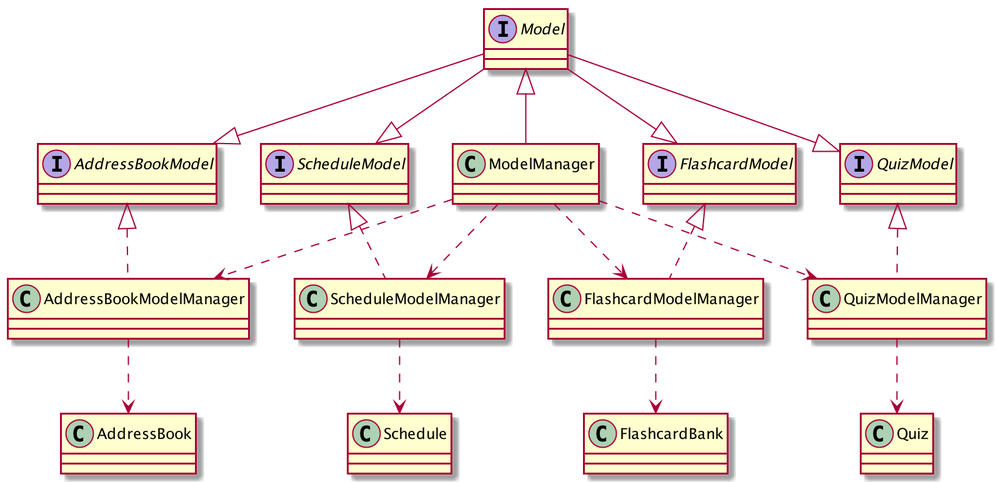
petrickjerico/tp keeps this PlantUML diagram as docs/images/ModelArchitectureDiagram.png. Above is the earlier version. Its source is kept beside it as docs/diagrams/ModelArchitectureDiagram.puml. Its diagram source:
```plantuml
@startuml

interface Model
interface AddressBookModel
class AddressBookModelManager
interface ScheduleModel
class ScheduleModelManager
interface FlashcardModel
class FlashcardModelManager
interface QuizModel
class QuizModelManager


class AddressBook
class Schedule
class FlashcardBank
class Quiz

Model --|> AddressBookModel
Model --|> ScheduleModel
Model --|> FlashcardModel
Model --|> QuizModel

AddressBookModel <|.. AddressBookModelManager
ScheduleModel <|.. ScheduleModelManager
FlashcardModel <|.. FlashcardModelManager
QuizModel <|.. QuizModelManager

AddressBookModelManager ..> AddressBook
ScheduleModelManager ..> Schedule
FlashcardModelManager ..> FlashcardBank
QuizModelManager ..> Quiz

ModelManager ..> AddressBookModelManager
ModelManager ..> ScheduleModelManager
ModelManager ..> FlashcardModelManager
ModelManager ..> QuizModelManager
Model <|-- ModelManager

AddressBookModel : ReadOnlyAddressBook getAddressBook()
AddressBookModel : void setAddressBook(ReadOnlyAddressBook addressBook)
AddressBookModel : boolean hasPerson()
AddressBookModel : void deletePerson(Person p)
AddressBookModel : void addPerson(Person person)
AddressBookModel : void setPerson(Person target, Person editedPerson)
AddressBookModel :  ObservableList<Person> getFilteredPersonList()
AddressBookModel : void updateFilteredPersonList(Predicate<Person> predicate)

ScheduleModel : ReadOnlySchedule getSchedule()
ScheduleModel : boolean hasTask(Task task)
ScheduleModel : void deleteTask(Task target)
ScheduleModel : void addTask(Task task)
ScheduleModel : void setTask(Task target, Task editedTask)
ScheduleModel : ObservableList<Task> getFilteredTaskList()
ScheduleModel : void updateFilteredTaskList(Predicate<Task> predicate)

FlashcardModel : void setFlashcardBank(ReadOnlyFlashcardBank flashcardBank)
FlashcardModel : ReadOnlyFlashcardBank getFlashcardBank()
FlashcardModel : boolean hasFlashcardSet(FlashcardSet flashcardSet)
FlashcardModel : void deleteFlashcardSet(FlashcardSet target)
FlashcardModel : void addFlashcardSet(FlashcardSet flashcardSet)
FlashcardModel : void setFlashcardSet(FlashcardSet target, FlashcardSet editedFlashcardSet)
FlashcardModel : ObservableList<FlashcardSet> getFlashcardSetList()
FlashcardModel : void updateFilteredFlashcardSetList(Predicate<FlashcardSet> predicate)
FlashcardModel : void addFlashcard(Flashcard flashcard, Index flashcardSetIndex)
FlashcardModel : FlashcardSet getFlashcardSet(int index)

QuizModel : Question start(Quiz quiz)
QuizModel : boolean hasStarted()
QuizModel : void tallyScore(boolean isCorrect)
QuizModel : Question getQuestion()
QuizModel : Answer getAnswer()
QuizModel : double stopQuiz()
QuizModel : String getQuizRecords(int index)



@enduml
```
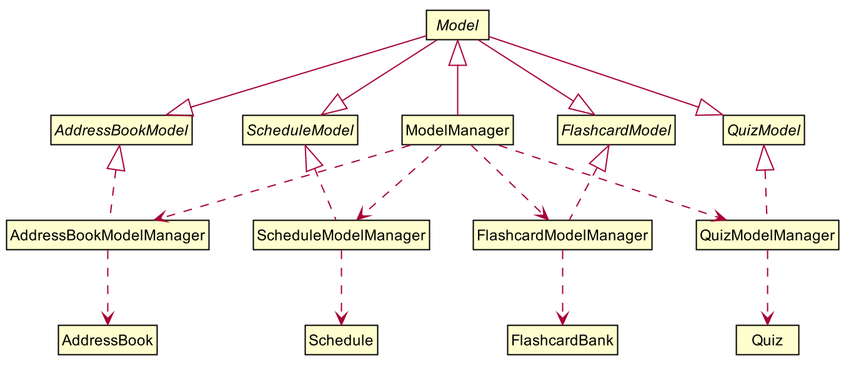
The same diagram one commit later.

What changed in the source:
```diff
@@ -1,4 +1,8 @@
 @startuml
+
+!include style.puml
+skinparam ClassFontColor #000000
+skinparam ClassBorderColor #000000
 
 interface Model
 interface AddressBookModel
@@ -10,11 +14,6 @@
 interface QuizModel
 class QuizModelManager
 
-
-class AddressBook
-class Schedule
-class FlashcardBank
-class Quiz
 
 Model --|> AddressBookModel
 Model --|> ScheduleModel
@@ -37,41 +36,6 @@
 ModelManager ..> QuizModelManager
 Model <|-- ModelManager
 
-AddressBookModel : ReadOnlyAddressBook getAddressBook()
-AddressBookModel : void setAddressBook(ReadOnlyAddressBook addressBook)
-AddressBookModel : boolean hasPerson()
-AddressBookModel : void deletePerson(Person p)
-AddressBookModel : void addPerson(Person person)
-AddressBookModel : void setPerson(Person target, Person editedPerson)
-AddressBookModel :  ObservableList<Person> getFilteredPersonList()
-AddressBookModel : void updateFilteredPersonList(Predicate<Person> predicate)
-
-ScheduleModel : ReadOnlySchedule getSchedule()
-ScheduleModel : boolean hasTask(Task task)
-ScheduleModel : void deleteTask(Task target)
-ScheduleModel : void addTask(Task task)
-ScheduleModel : void setTask(Task target, Task editedTask)
-ScheduleModel : ObservableList<Task> getFilteredTaskList()
-ScheduleModel : void updateFilteredTaskList(Predicate<Task> predicate)
-
-FlashcardModel : void setFlashcardBank(ReadOnlyFlashcardBank flashcardBank)
-FlashcardModel : ReadOnlyFlashcardBank getFlashcardBank()
-FlashcardModel : boolean hasFlashcardSet(FlashcardSet flashcardSet)
-FlashcardModel : void deleteFlashcardSet(FlashcardSet target)
-FlashcardModel : void addFlashcardSet(FlashcardSet flashcardSet)
-FlashcardModel : void setFlashcardSet(FlashcardSet target, FlashcardSet editedFlashcardSet)
-FlashcardModel : ObservableList<FlashcardSet> getFlashcardSetList()
-FlashcardModel : void updateFilteredFlashcardSetList(Predicate<FlashcardSet> predicate)
-FlashcardModel : void addFlashcard(Flashcard flashcard, Index flashcardSetIndex)
-FlashcardModel : FlashcardSet getFlashcardSet(int index)
-
-QuizModel : Question start(Quiz quiz)
-QuizModel : boolean hasStarted()
-QuizModel : void tallyScore(boolean isCorrect)
-QuizModel : Question getQuestion()
-QuizModel : Answer getAnswer()
-QuizModel : double stopQuiz()
-QuizModel : String getQuizRecords(int index)
 
 
 
```
